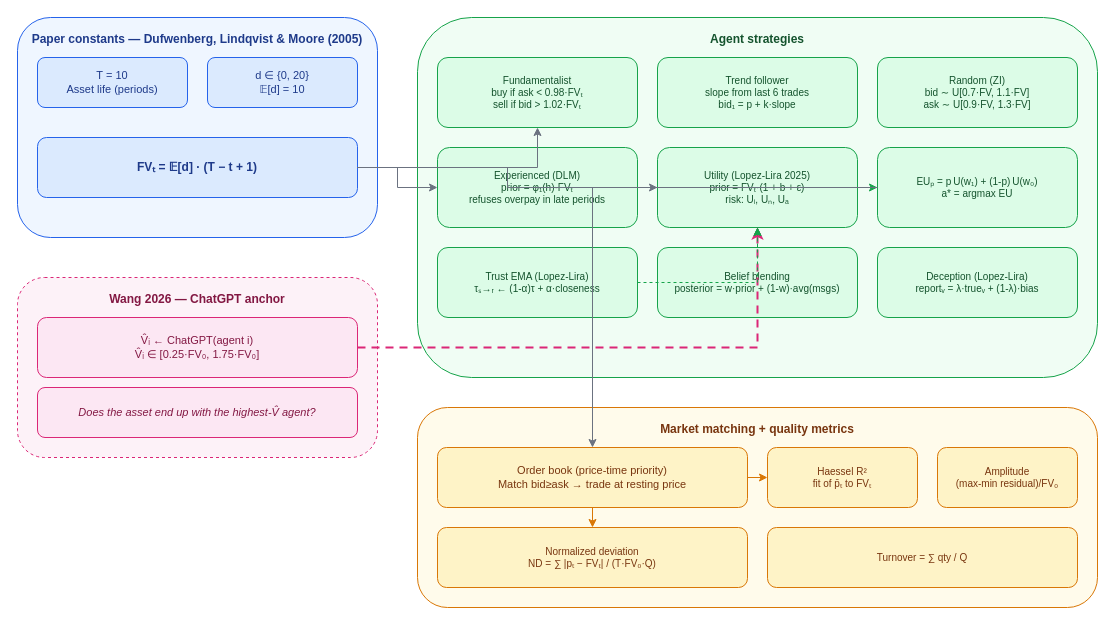
Mon-ius/bubble keeps this draw.io diagram as architecture.drawio. Above is the earlier version. Source tidied: cells renumbered, new cells numbered last; positions are measured from the earlier drawing's top-left corner, leaving out a move shared by most shapes. Both pictures are drawn from the tidied source at 100%, with x=0, y=0 at pixel (17, 17).
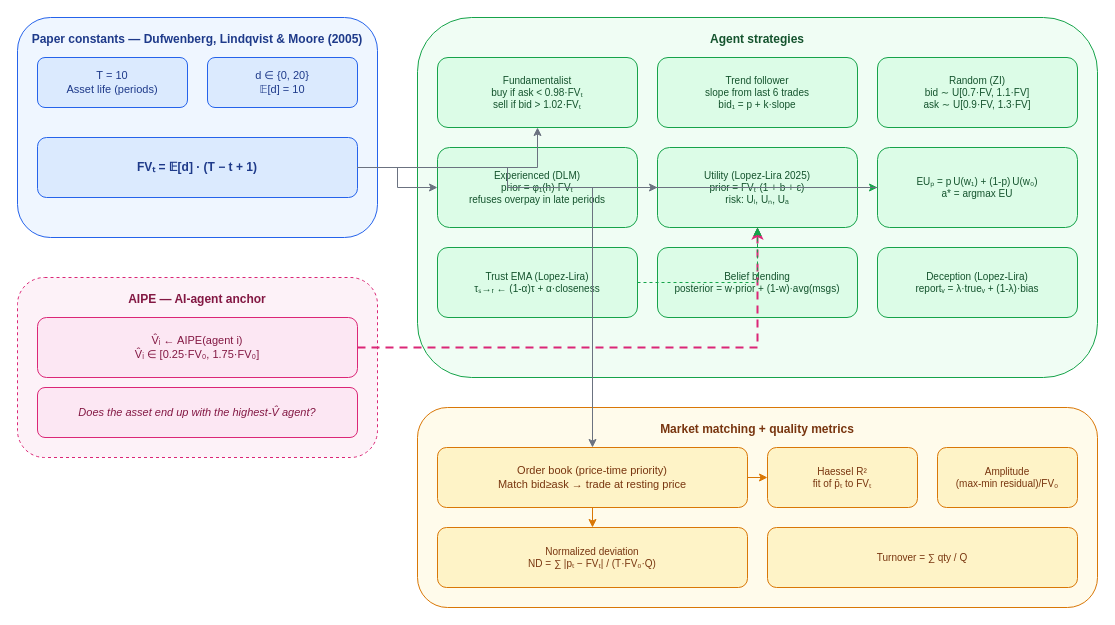
After the change.

The edit, as a diff of the source:
```diff
@@
-    <mxCell id="16" value="Wang 2026 — ChatGPT anchor" style="rounded=1;whiteSpace=wrap;html=1;fillColor=#fdf2f8;strokeColor=#db2777;strokeDasharray=5 5;fontColor=#831843;fontStyle=1;fontSize=12;verticalAlign=top;spacingTop=8;dashed=1;" parent="1" vertex="1">
+    <mxCell id="16" value="AIPE — AI-agent anchor" style="rounded=1;whiteSpace=wrap;html=1;fillColor=#fdf2f8;strokeColor=#db2777;strokeDasharray=5 5;fontColor=#831843;fontStyle=1;fontSize=12;verticalAlign=top;spacingTop=8;dashed=1;" parent="1" vertex="1">
       <mxGeometry y="260" width="360" height="180" as="geometry" />
     </mxCell>
-    <mxCell id="17" value="V̂ᵢ ← ChatGPT(agent i)&#10;V̂ᵢ ∈ [0.25·FV₀, 1.75·FV₀]" style="rounded=1;whiteSpace=wrap;html=1;fillColor=#fce7f3;strokeColor=#db2777;fontColor=#831843;fontSize=11;" parent="1" vertex="1">
+    <mxCell id="17" value="V̂ᵢ ← AIPE(agent i)&#10;V̂ᵢ ∈ [0.25·FV₀, 1.75·FV₀]" style="rounded=1;whiteSpace=wrap;html=1;fillColor=#fce7f3;strokeColor=#db2777;fontColor=#831843;fontSize=11;" parent="1" vertex="1">
       <mxGeometry x="20" y="300" width="320" height="60" as="geometry" />
     </mxCell>
```
